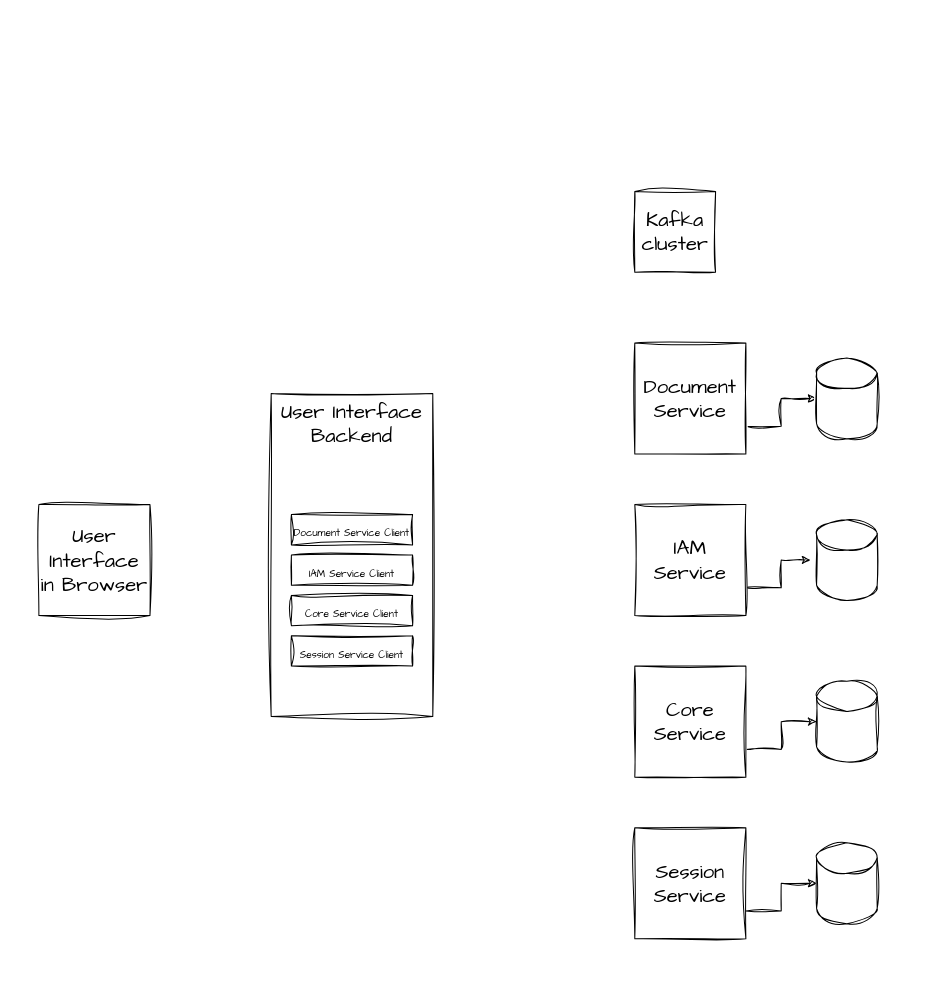
The draw.io diagram page "Pods" (1 of 2) of EncyclopediaGalactica.drawio in EncyclopediaGalactica/Design, before the edit. Source tidied: cells renumbered, new cells numbered last; positions are measured from the earlier drawing's top-left corner, leaving out a move shared by most shapes. Both pictures are drawn from the tidied source at 101%, with x=0, y=0 at pixel (38, 191).
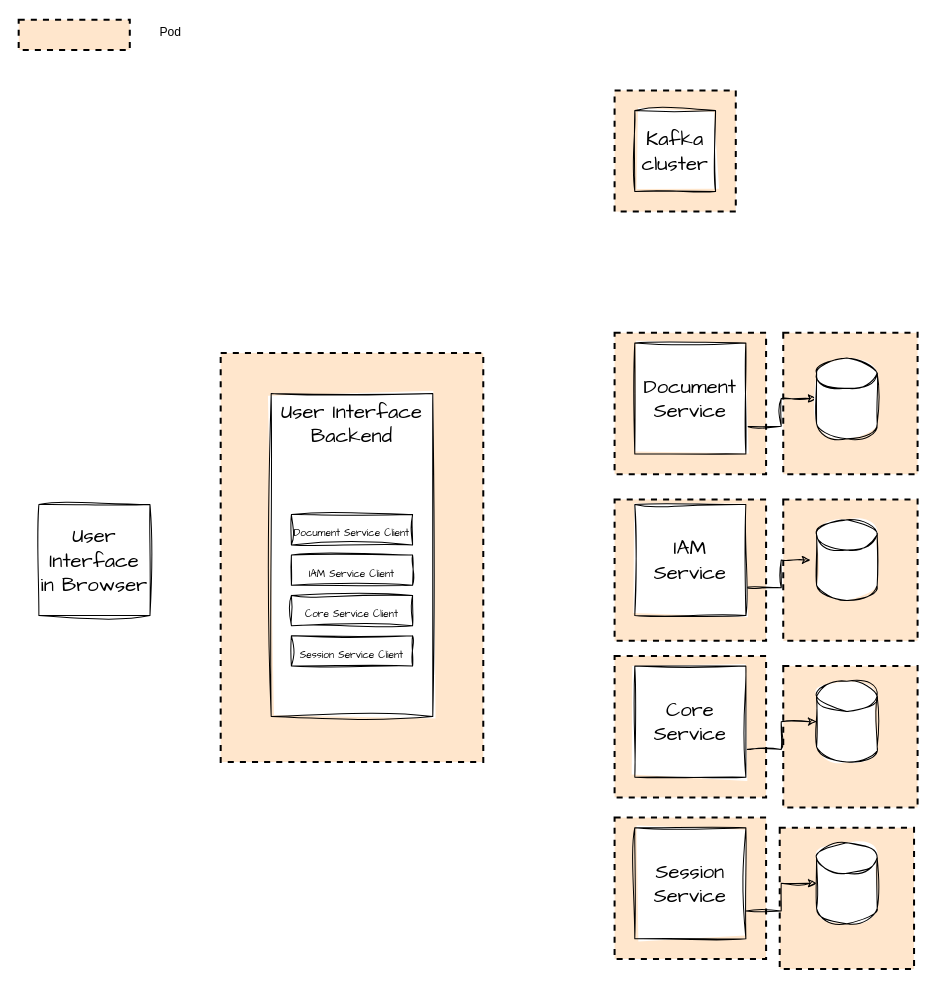
The same page after the edit.

What changed in the source:
```diff
@@
+    <mxCell id="21" style="rounded=0;whiteSpace=wrap;html=1;fillColor=#FFE6CC;dashed=1;strokeWidth=2;align=left;" parent="1" vertex="1">
+      <mxGeometry x="570" y="620" width="150" height="140" as="geometry" />
+    </mxCell>
+    <mxCell id="22" style="rounded=0;whiteSpace=wrap;html=1;fillColor=#FFE6CC;dashed=1;strokeWidth=2;align=left;" parent="1" vertex="1">
+      <mxGeometry x="570" y="460" width="150" height="140" as="geometry" />
+    </mxCell>
+    <mxCell id="23" style="rounded=0;whiteSpace=wrap;html=1;fillColor=#FFE6CC;dashed=1;strokeWidth=2;align=left;" parent="1" vertex="1">
+      <mxGeometry x="570" y="305" width="150" height="140" as="geometry" />
+    </mxCell>
+    <mxCell id="24" style="rounded=0;whiteSpace=wrap;html=1;fillColor=#FFE6CC;dashed=1;strokeWidth=2;align=left;" parent="1" vertex="1">
+      <mxGeometry x="733.5" y="630" width="133" height="140" as="geometry" />
+    </mxCell>
+    <mxCell id="25" style="rounded=0;whiteSpace=wrap;html=1;fillColor=#FFE6CC;dashed=1;strokeWidth=2;align=left;" parent="1" vertex="1">
+      <mxGeometry x="737" y="470" width="133" height="140" as="geometry" />
+    </mxCell>
+    <mxCell id="26" style="rounded=0;whiteSpace=wrap;html=1;fillColor=#FFE6CC;dashed=1;strokeWidth=2;align=left;" parent="1" vertex="1">
+      <mxGeometry x="737" y="305" width="133" height="140" as="geometry" />
+    </mxCell>
+    <mxCell id="27" style="rounded=0;whiteSpace=wrap;html=1;fillColor=#FFE6CC;dashed=1;strokeWidth=2;align=left;" parent="1" vertex="1">
+      <mxGeometry x="737" y="140" width="133" height="140" as="geometry" />
+    </mxCell>
+    <mxCell id="28" style="rounded=0;whiteSpace=wrap;html=1;fillColor=#FFE6CC;dashed=1;strokeWidth=2;align=left;" parent="1" vertex="1">
+      <mxGeometry x="570" y="140" width="150" height="140" as="geometry" />
+    </mxCell>
+    <mxCell id="29" style="rounded=0;whiteSpace=wrap;html=1;fillColor=#FFE6CC;dashed=1;strokeWidth=2;align=left;" parent="1" vertex="1">
+      <mxGeometry x="570" y="-100" width="120" height="120" as="geometry" />
+    </mxCell>
+    <mxCell id="30" style="rounded=0;whiteSpace=wrap;html=1;fillColor=#FFE6CC;dashed=1;strokeWidth=2;align=left;" parent="1" vertex="1">
+      <mxGeometry x="180" y="160" width="260" height="405" as="geometry" />
+    </mxCell>
     <mxCell id="2" value="Kafka cluster" style="whiteSpace=wrap;html=1;sketch=1;hachureGap=4;jiggle=2;curveFitting=1;fontFamily=Architects Daughter;fontSize=20;" parent="1" vertex="1">
-      <mxGeometry x="590" width="80" height="80" as="geometry" />
+      <mxGeometry x="590" y="-80" width="80" height="80" as="geometry" />
     </mxCell>
@@
+    <mxCell id="31" style="rounded=0;whiteSpace=wrap;html=1;fillColor=#FFE6CC;dashed=1;strokeWidth=2;align=left;" parent="1" vertex="1">
+      <mxGeometry x="-20" y="-170" width="110" height="30" as="geometry" />
+    </mxCell>
+    <mxCell id="32" value="Pod" style="text;html=1;align=center;verticalAlign=middle;strokeColor=none;fillColor=none;" parent="1" vertex="1">
+      <mxGeometry x="110" y="-172" width="40" height="30" as="geometry" />
+    </mxCell>
```
